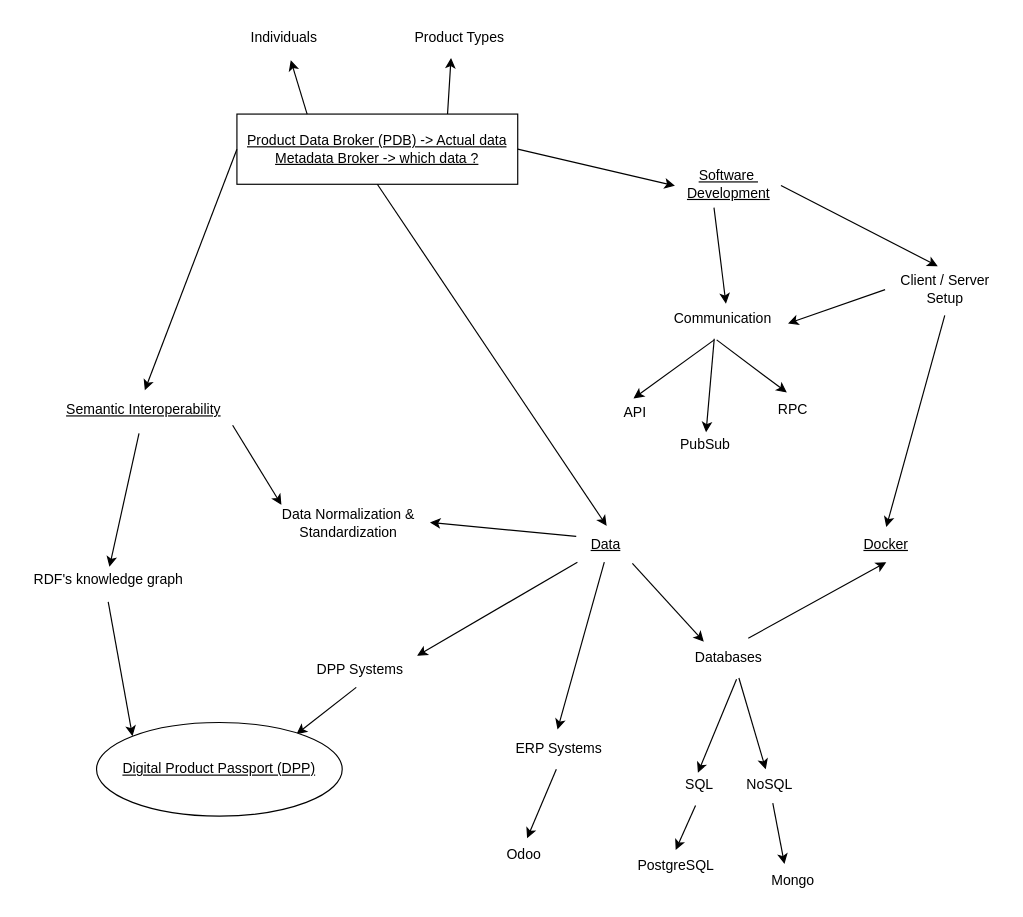
Above: docs/dependancies.drawio in erwanponcin/Product-Data-Broker (draw.io), before the change. Source tidied: cells renumbered, new cells numbered last; positions are measured from the earlier drawing's top-left corner, leaving out a move shared by most shapes. Both pictures are drawn from the tidied source at 117%, with x=0, y=0 at pixel (20, 20).
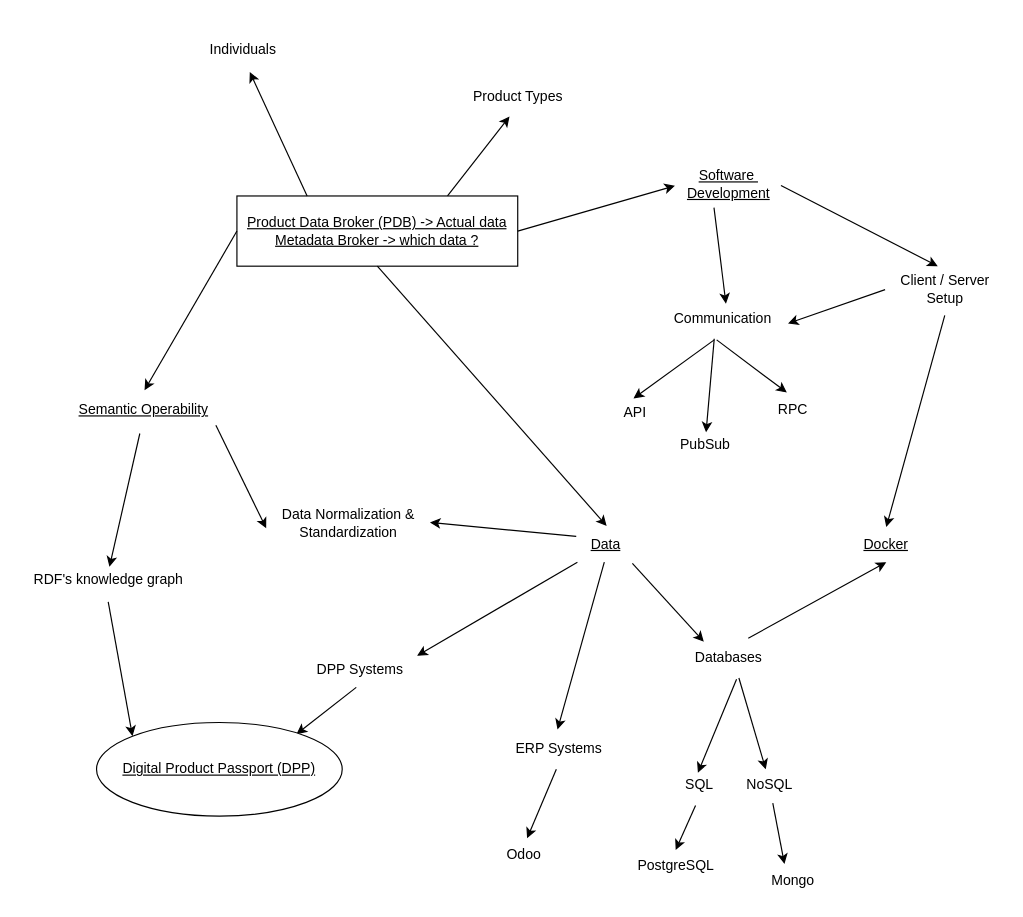
The same diagram, later.

The change refers to these unchanged cells:
```xml
<mxCell id="12" value="Data Normalization &amp;amp;&lt;div&gt;Standardization&lt;/div&gt;" style="text;html=1;align=center;verticalAlign=middle;points=[];strokeColor=none;fillColor=none;" parent="1" vertex="1">
  <mxGeometry x="210" y="410" width="140" height="40" as="geometry" />
</mxCell>
```

Change to the diagram source:
```diff
@@
     <mxCell id="2" value="&lt;u&gt;Product Data Broker (PDB) -&amp;gt; Actual data&lt;/u&gt;&lt;div&gt;&lt;u&gt;Metadata Broker -&amp;gt; which data ?&lt;/u&gt;&lt;/div&gt;" style="rounded=0;whiteSpace=wrap;html=1;" parent="1" vertex="1">
-      <mxGeometry x="185" y="80" width="240" height="60" as="geometry" />
+      <mxGeometry x="185" y="150" width="240" height="60" as="geometry" />
     </mxCell>
@@
     <mxCell id="4" value="Individuals" style="text;html=1;align=center;verticalAlign=middle;points=[];strokeColor=none;fillColor=none;" parent="1" vertex="1">
-      <mxGeometry x="185" width="80" height="30" as="geometry" />
+      <mxGeometry x="150" y="10" width="80" height="30" as="geometry" />
     </mxCell>
     <mxCell id="5" value="Product Types" style="text;html=1;align=center;verticalAlign=middle;points=[];strokeColor=none;fillColor=none;" parent="1" vertex="1">
-      <mxGeometry x="325" width="100" height="30" as="geometry" />
+      <mxGeometry x="375" y="50" width="100" height="30" as="geometry" />
     </mxCell>
@@
-    <mxCell id="7" value="&lt;u&gt;Semantic Interoperability&lt;/u&gt;" style="text;html=1;align=center;verticalAlign=middle;points=[];strokeColor=none;fillColor=none;" parent="1" vertex="1">
-      <mxGeometry x="25" y="318" width="160" height="30" as="geometry" />
+    <mxCell id="7" value="&lt;u&gt;Semantic Operability&lt;/u&gt;" style="text;html=1;align=center;verticalAlign=middle;points=[];strokeColor=none;fillColor=none;" parent="1" vertex="1">
+      <mxGeometry x="40" y="318" width="130" height="30" as="geometry" />
     </mxCell>
@@
-    <mxCell id="13" style="edgeStyle=none;jettySize=auto;html=1;rounded=0;exitX=0.977;exitY=0.933;exitDx=0;exitDy=0;exitPerimeter=0;entryX=0.093;entryY=0.1;entryDx=0;entryDy=0;entryPerimeter=0;" parent="1" edge="1" source="7" target="12">
+    <mxCell id="13" style="edgeStyle=none;jettySize=auto;html=1;rounded=0;exitX=0.977;exitY=0.933;exitDx=0;exitDy=0;exitPerimeter=0;entryX=0;entryY=0.6;entryDx=0;entryDy=0;entryPerimeter=0;" parent="1" edge="1" source="7" target="12">
       <mxGeometry relative="1" as="geometry" />
     </mxCell>
```
